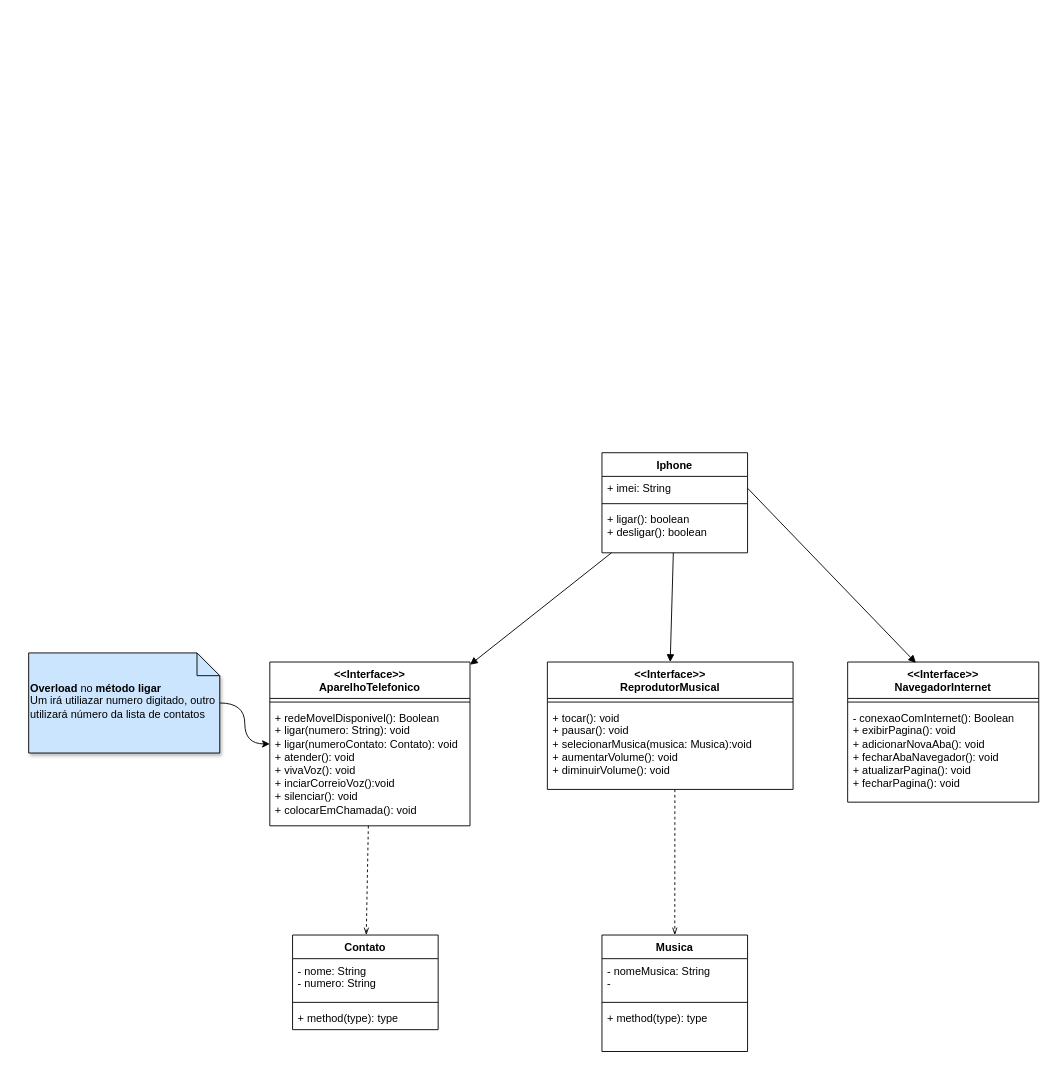
The draw.io diagram Desafios/ComponentesIphone/UML_Desafio_Iphone.drawio in LucasGFBatista/DIO-BOOTCAMPS, before the edit. Source tidied: cells renumbered, new cells numbered last; positions are measured from the earlier drawing's top-left corner, leaving out a move shared by most shapes. Both pictures are drawn from the tidied source at 91%, with x=0, y=0 at pixel (28, 452).
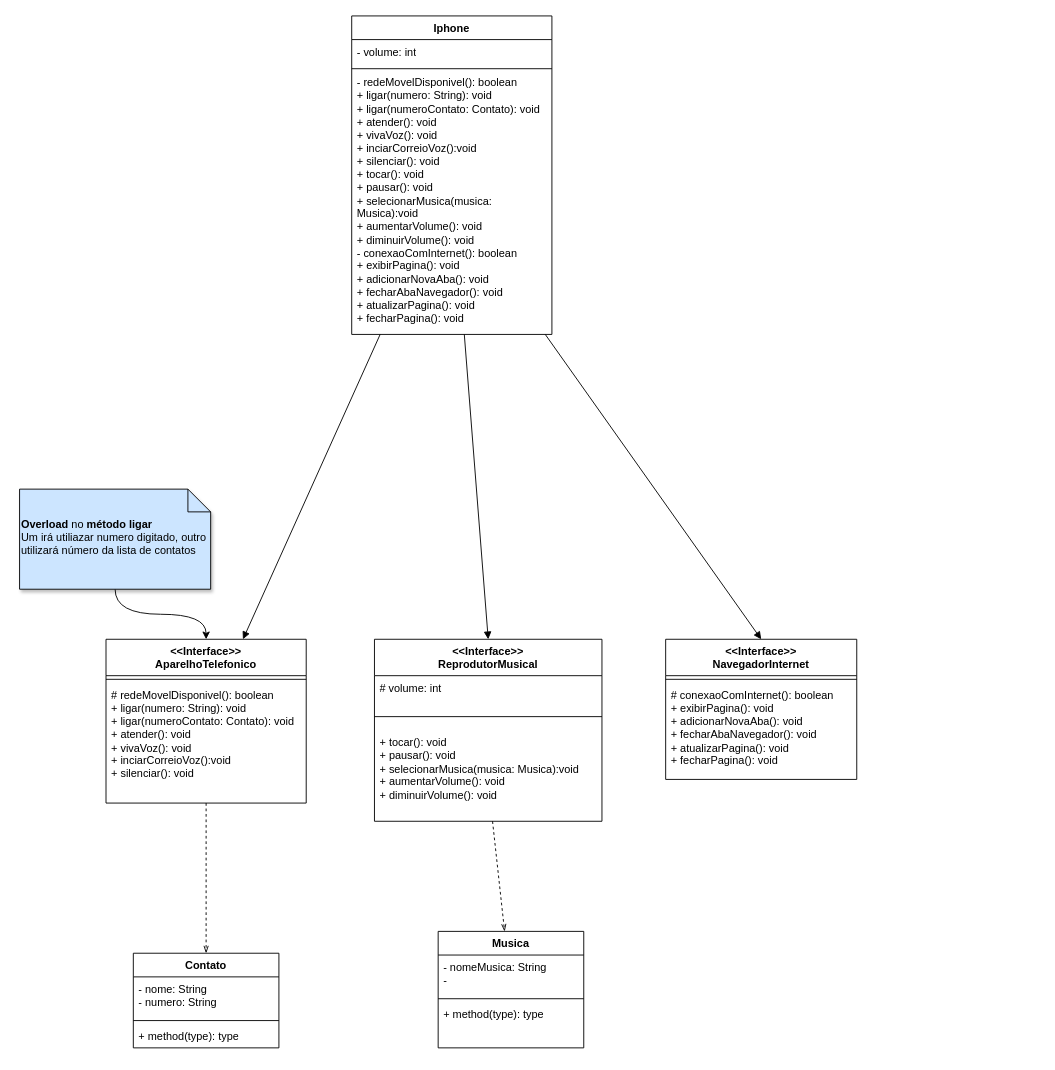
Above is the later version.

What changed in the source:
```diff
@@
     <mxCell id="4" value="Iphone" style="swimlane;fontStyle=1;align=center;verticalAlign=top;horizontal=1;startSize=26;whiteSpace=wrap;html=1;" parent="1" vertex="1">
-      <mxGeometry x="630" width="160" height="110" as="geometry" />
+      <mxGeometry x="355" y="-480" width="220" height="350" as="geometry" />
     </mxCell>
-    <mxCell id="5" value="+ imei: String" style="text;strokeColor=none;fillColor=none;align=left;verticalAlign=top;spacingLeft=4;spacingRight=4;overflow=hidden;points=[[0,0.5],[1,0.5]];portConstraint=eastwest;whiteSpace=wrap;html=1;" parent="4" vertex="1">
-      <mxGeometry y="26" width="160" height="26" as="geometry" />
-    </mxCell>
+    <mxCell id="30" value="&lt;div&gt;&lt;div&gt;- volume: int&lt;/div&gt;&lt;/div&gt;" style="text;strokeColor=none;fillColor=none;align=left;verticalAlign=top;spacingLeft=4;spacingRight=4;overflow=hidden;whiteSpace=wrap;html=1;" parent="4" vertex="1">
+      <mxGeometry y="26" width="220" height="30" as="geometry" />
+    </mxCell>
     <mxCell id="6" style="line;strokeWidth=1;fillColor=none;align=left;verticalAlign=middle;spacingTop=-1;spacingLeft=3;spacingRight=3;labelPosition=right;strokeColor=inherit;" parent="4" vertex="1">
-      <mxGeometry y="52" width="160" height="8" as="geometry" />
+      <mxGeometry y="56" width="220" height="4" as="geometry" />
     </mxCell>
-    <mxCell id="7" value="+ ligar(): boolean&lt;div&gt;+ desligar(): boolean&lt;br&gt;&lt;div&gt;&lt;br&gt;&lt;/div&gt;&lt;/div&gt;" style="text;strokeColor=none;fillColor=none;align=left;verticalAlign=top;spacingLeft=4;spacingRight=4;overflow=hidden;points=[[0,0.5],[1,0.5]];portConstraint=eastwest;whiteSpace=wrap;html=1;" parent="4" vertex="1">
-      <mxGeometry y="60" width="160" height="50" as="geometry" />
+    <mxCell id="7" value="&lt;div&gt;&lt;div&gt;&lt;div&gt;&lt;div&gt;- redeMovelDisponivel(): boolean&lt;/div&gt;+ ligar(numero: String): void&lt;/div&gt;&lt;div&gt;+ ligar(numeroContato: Contato): void&lt;br&gt;&lt;div&gt;+ atender(): void&lt;/div&gt;&lt;div&gt;+ vivaVoz(): void&lt;/div&gt;&lt;div&gt;+ inciarCorreioVoz():void&lt;/div&gt;&lt;div&gt;+ silenciar(): void&lt;/div&gt;&lt;div&gt;+ tocar(): void&lt;div&gt;+ pausar(): void&lt;/div&gt;&lt;div&gt;+ selecionarMusica(musica: Musica):void&lt;/div&gt;&lt;div&gt;+ aumentarVolume(): void&lt;/div&gt;&lt;div&gt;+ diminuirVolume(): void&lt;/div&gt;&lt;/div&gt;&lt;/div&gt;&lt;/div&gt;&lt;/div&gt;&lt;div&gt;- conexaoComInternet(): boolean&lt;div&gt;+ exibirPagina(): void&lt;/div&gt;&lt;div&gt;+ adicionarNovaAba(): void&lt;/div&gt;&lt;div&gt;+ fecharAbaNavegador(): void&lt;/div&gt;&lt;div&gt;+ atualizarPagina(): void&lt;/div&gt;&lt;div&gt;+ fecharPagina(): void&lt;/div&gt;&lt;/div&gt;" style="text;strokeColor=none;fillColor=none;align=left;verticalAlign=top;spacingLeft=4;spacingRight=4;overflow=hidden;points=[[0,0.5],[1,0.5]];portConstraint=eastwest;whiteSpace=wrap;html=1;" parent="4" vertex="1">
+      <mxGeometry y="60" width="220" height="290" as="geometry" />
     </mxCell>
     <mxCell id="8" value="&lt;div&gt;&amp;lt;&amp;lt;Interface&amp;gt;&amp;gt;&lt;br&gt;&lt;/div&gt;ReprodutorMusical&lt;div&gt;&lt;br&gt;&lt;/div&gt;" style="swimlane;fontStyle=1;align=center;verticalAlign=top;horizontal=1;startSize=40;whiteSpace=wrap;html=1;" parent="1" vertex="1">
-      <mxGeometry x="570" y="230" width="270" height="140" as="geometry" />
+      <mxGeometry x="380" y="205" width="250" height="200" as="geometry" />
     </mxCell>
+    <mxCell id="31" value="&lt;div&gt;&lt;div&gt;# volume: int&lt;/div&gt;&lt;/div&gt;" style="text;strokeColor=none;fillColor=none;align=left;verticalAlign=top;spacingLeft=4;spacingRight=4;overflow=hidden;whiteSpace=wrap;html=1;" parent="8" vertex="1">
+      <mxGeometry y="40" width="250" height="30" as="geometry" />
+    </mxCell>
     <mxCell id="9" style="line;strokeWidth=1;fillColor=none;align=left;verticalAlign=middle;spacingTop=-1;spacingLeft=3;spacingRight=3;labelPosition=right;strokeColor=inherit;" parent="8" vertex="1">
-      <mxGeometry y="40" width="270" height="8" as="geometry" />
+      <mxGeometry y="70" width="250" height="30" as="geometry" />
     </mxCell>
     <mxCell id="10" value="+ tocar(): void&lt;div&gt;+ pausar(): void&lt;/div&gt;&lt;div&gt;+ selecionarMusica(musica: Musica):void&lt;/div&gt;&lt;div&gt;+ aumentarVolume(): void&lt;/div&gt;&lt;div&gt;+ diminuirVolume(): void&lt;/div&gt;" style="text;strokeColor=none;fillColor=none;align=left;verticalAlign=top;spacingLeft=4;spacingRight=4;overflow=hidden;points=[[0,0.5],[1,0.5]];portConstraint=eastwest;whiteSpace=wrap;html=1;" parent="8" vertex="1">
-      <mxGeometry y="48" width="270" height="92" as="geometry" />
+      <mxGeometry y="100" width="250" height="100" as="geometry" />
     </mxCell>
@@
     <mxCell id="12" value="&lt;div&gt;&amp;lt;&amp;lt;Interface&amp;gt;&amp;gt;&lt;/div&gt;&lt;div&gt;AparelhoTelefonico&lt;/div&gt;" style="swimlane;fontStyle=1;align=center;verticalAlign=top;horizontal=1;startSize=40;whiteSpace=wrap;html=1;" parent="1" vertex="1">
-      <mxGeometry x="265" y="230" width="220" height="180" as="geometry" />
+      <mxGeometry x="85" y="205" width="220" height="180" as="geometry" />
     </mxCell>
@@
-    <mxCell id="14" value="&lt;div&gt;&lt;div&gt;+ redeMovelDisponivel(): Boolean&lt;/div&gt;+ ligar(numero: String): void&lt;/div&gt;&lt;div&gt;+ ligar(numeroContato: Contato): void&lt;br&gt;&lt;div&gt;+ atender(): void&lt;/div&gt;&lt;div&gt;+ vivaVoz(): void&lt;/div&gt;&lt;div&gt;+ inciarCorreioVoz():void&lt;/div&gt;&lt;div&gt;+ silenciar(): void&lt;/div&gt;&lt;div&gt;+ colocarEmChamada(): void&lt;/div&gt;&lt;div&gt;&lt;br&gt;&lt;/div&gt;&lt;/div&gt;" style="text;strokeColor=none;fillColor=none;align=left;verticalAlign=top;spacingLeft=4;spacingRight=4;overflow=hidden;whiteSpace=wrap;html=1;" parent="12" vertex="1">
+    <mxCell id="14" value="&lt;div&gt;&lt;div&gt;# redeMovelDisponivel(): boolean&lt;/div&gt;+ ligar(numero: String): void&lt;/div&gt;&lt;div&gt;+ ligar(numeroContato: Contato): void&lt;br&gt;&lt;div&gt;+ atender(): void&lt;/div&gt;&lt;div&gt;+ vivaVoz(): void&lt;/div&gt;&lt;div&gt;+ inciarCorreioVoz():void&lt;/div&gt;&lt;div&gt;+ silenciar(): void&lt;/div&gt;&lt;div&gt;&lt;br&gt;&lt;/div&gt;&lt;/div&gt;" style="text;strokeColor=none;fillColor=none;align=left;verticalAlign=top;spacingLeft=4;spacingRight=4;overflow=hidden;whiteSpace=wrap;html=1;" parent="12" vertex="1">
       <mxGeometry y="48" width="220" height="132" as="geometry" />
     </mxCell>
     <mxCell id="15" value="&lt;div&gt;&amp;lt;&amp;lt;Interface&amp;gt;&amp;gt;&lt;br&gt;NavegadorInternet&lt;/div&gt;" style="swimlane;fontStyle=1;align=center;verticalAlign=top;horizontal=1;startSize=40;whiteSpace=wrap;html=1;" parent="1" vertex="1">
-      <mxGeometry x="900" y="230" width="210" height="154" as="geometry" />
+      <mxGeometry x="700" y="205" width="210" height="154" as="geometry" />
     </mxCell>
@@
-    <mxCell id="17" value="- conexaoComInternet(): Boolean&lt;div&gt;+ exibirPagina(): void&lt;/div&gt;&lt;div&gt;+ adicionarNovaAba(): void&lt;/div&gt;&lt;div&gt;+ fecharAbaNavegador(): void&lt;/div&gt;&lt;div&gt;+ atualizarPagina(): void&lt;/div&gt;&lt;div&gt;+ fecharPagina(): void&lt;/div&gt;" style="text;strokeColor=none;fillColor=none;align=left;verticalAlign=top;spacingLeft=4;spacingRight=4;overflow=hidden;whiteSpace=wrap;html=1;" parent="15" vertex="1">
+    <mxCell id="17" value="# conexaoComInternet(): boolean&lt;div&gt;+ exibirPagina(): void&lt;/div&gt;&lt;div&gt;+ adicionarNovaAba(): void&lt;/div&gt;&lt;div&gt;+ fecharAbaNavegador(): void&lt;/div&gt;&lt;div&gt;+ atualizarPagina(): void&lt;/div&gt;&lt;div&gt;+ fecharPagina(): void&lt;/div&gt;" style="text;strokeColor=none;fillColor=none;align=left;verticalAlign=top;spacingLeft=4;spacingRight=4;overflow=hidden;whiteSpace=wrap;html=1;" parent="15" vertex="1">
       <mxGeometry y="48" width="210" height="106" as="geometry" />
     </mxCell>
     <mxCell id="18" value="Musica" style="swimlane;fontStyle=1;align=center;verticalAlign=top;horizontal=1;startSize=26;whiteSpace=wrap;html=1;" parent="1" vertex="1">
-      <mxGeometry x="630" y="530" width="160" height="128" as="geometry" />
+      <mxGeometry x="450" y="526" width="160" height="128" as="geometry" />
     </mxCell>
@@
     <mxCell id="23" value="&lt;b&gt;Overload&lt;/b&gt; no &lt;b&gt;método ligar&lt;/b&gt;&lt;div&gt;Um irá utiliazar numero digitado, outro utilizará número da lista de contatos&lt;/div&gt;" style="shape=note2;boundedLbl=1;whiteSpace=wrap;html=1;size=25;verticalAlign=top;align=left;fillColor=#CCE5FF;shadow=1;" parent="1" vertex="1">
-      <mxGeometry y="220" width="210" height="110" as="geometry" />
+      <mxGeometry x="-10" y="40" width="210" height="110" as="geometry" />
     </mxCell>
     <mxCell id="24" value="Contato" style="swimlane;fontStyle=1;align=center;verticalAlign=top;horizontal=1;startSize=26;whiteSpace=wrap;html=1;" parent="1" vertex="1">
-      <mxGeometry x="290" y="530" width="160" height="104" as="geometry" />
+      <mxGeometry x="115" y="550" width="160" height="104" as="geometry" />
     </mxCell>
@@
-    <mxCell id="29" style="rounded=0;jettySize=auto;html=1;entryX=0.357;entryY=0.006;entryDx=0;entryDy=0;entryPerimeter=0;exitX=1;exitY=0.5;exitDx=0;exitDy=0;endArrow=block;endFill=1;" parent="1" edge="1" source="5" target="15">
-      <mxGeometry relative="1" as="geometry" />
-    </mxCell>
+    <mxCell id="32" style="rounded=0;jettySize=auto;html=1;entryX=0.5;entryY=0;entryDx=0;entryDy=0;endArrow=block;endFill=1;" parent="1" edge="1" source="7" target="15">
+      <mxGeometry relative="1" as="geometry" />
+    </mxCell>
```
